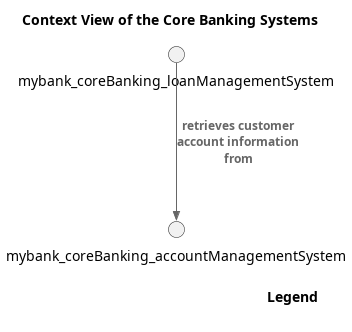
Earlier version of the PlantUML export docs/mybank/core-banking/context-view.png (soulspace-org/my-bank-model). Source of this version:
```plantuml
@startuml context-view
!include <C4/C4_Context.puml>
!include <awslib14/AWSCommon>
!include <awslib14/AWSC4Integration>
!include <azure/AzureCommon>
!include <azure/AzureC4Integration>
!include <tupadr3/common>


LAYOUT_TOP_DOWN()




title Context View of the Core Banking Systems
Rel(mybank_coreBanking_loanManagementSystem, mybank_coreBanking_accountManagementSystem, "retrieves customer account information from")
SHOW_LEGEND()
@enduml
```
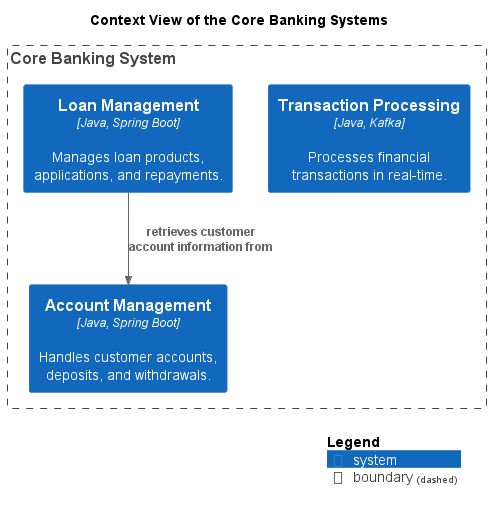
After the change.

The edit, as a diff of the source:
```diff
@@ -13,6 +13,11 @@
 
 
 title Context View of the Core Banking Systems
+Boundary(mybank_coreBanking_contextBoundary, "Core Banking System") {
+  System(mybank_coreBanking_transactionProcessingSystem, "Transaction Processing", $descr="Processes financial transactions in real-time.", $type="Java, Kafka")
+  System(mybank_coreBanking_loanManagementSystem, "Loan Management", $descr="Manages loan products, applications, and repayments.", $type="Java, Spring Boot")
+  System(mybank_coreBanking_accountManagementSystem, "Account Management", $descr="Handles customer accounts, deposits, and withdrawals.", $type="Java, Spring Boot")
+}
 Rel(mybank_coreBanking_loanManagementSystem, mybank_coreBanking_accountManagementSystem, "retrieves customer account information from")
 SHOW_LEGEND()
 @enduml
```
